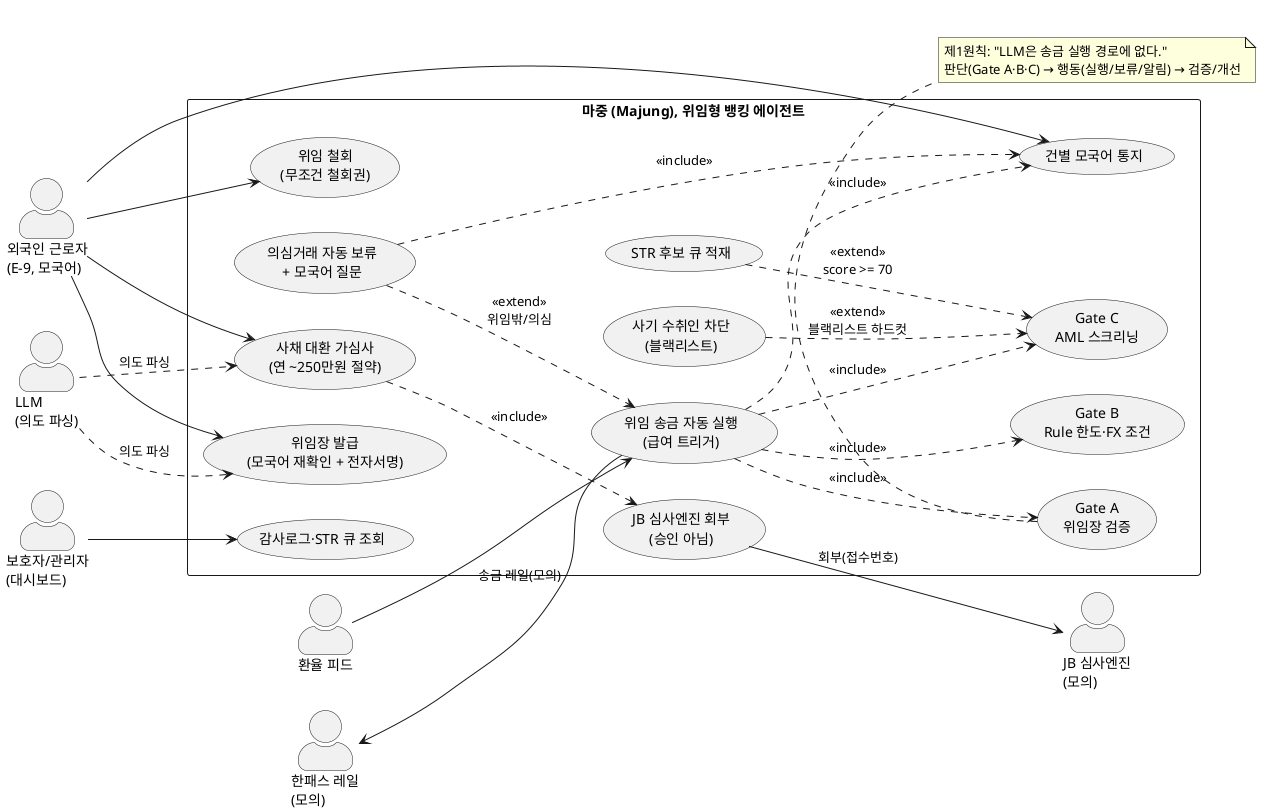
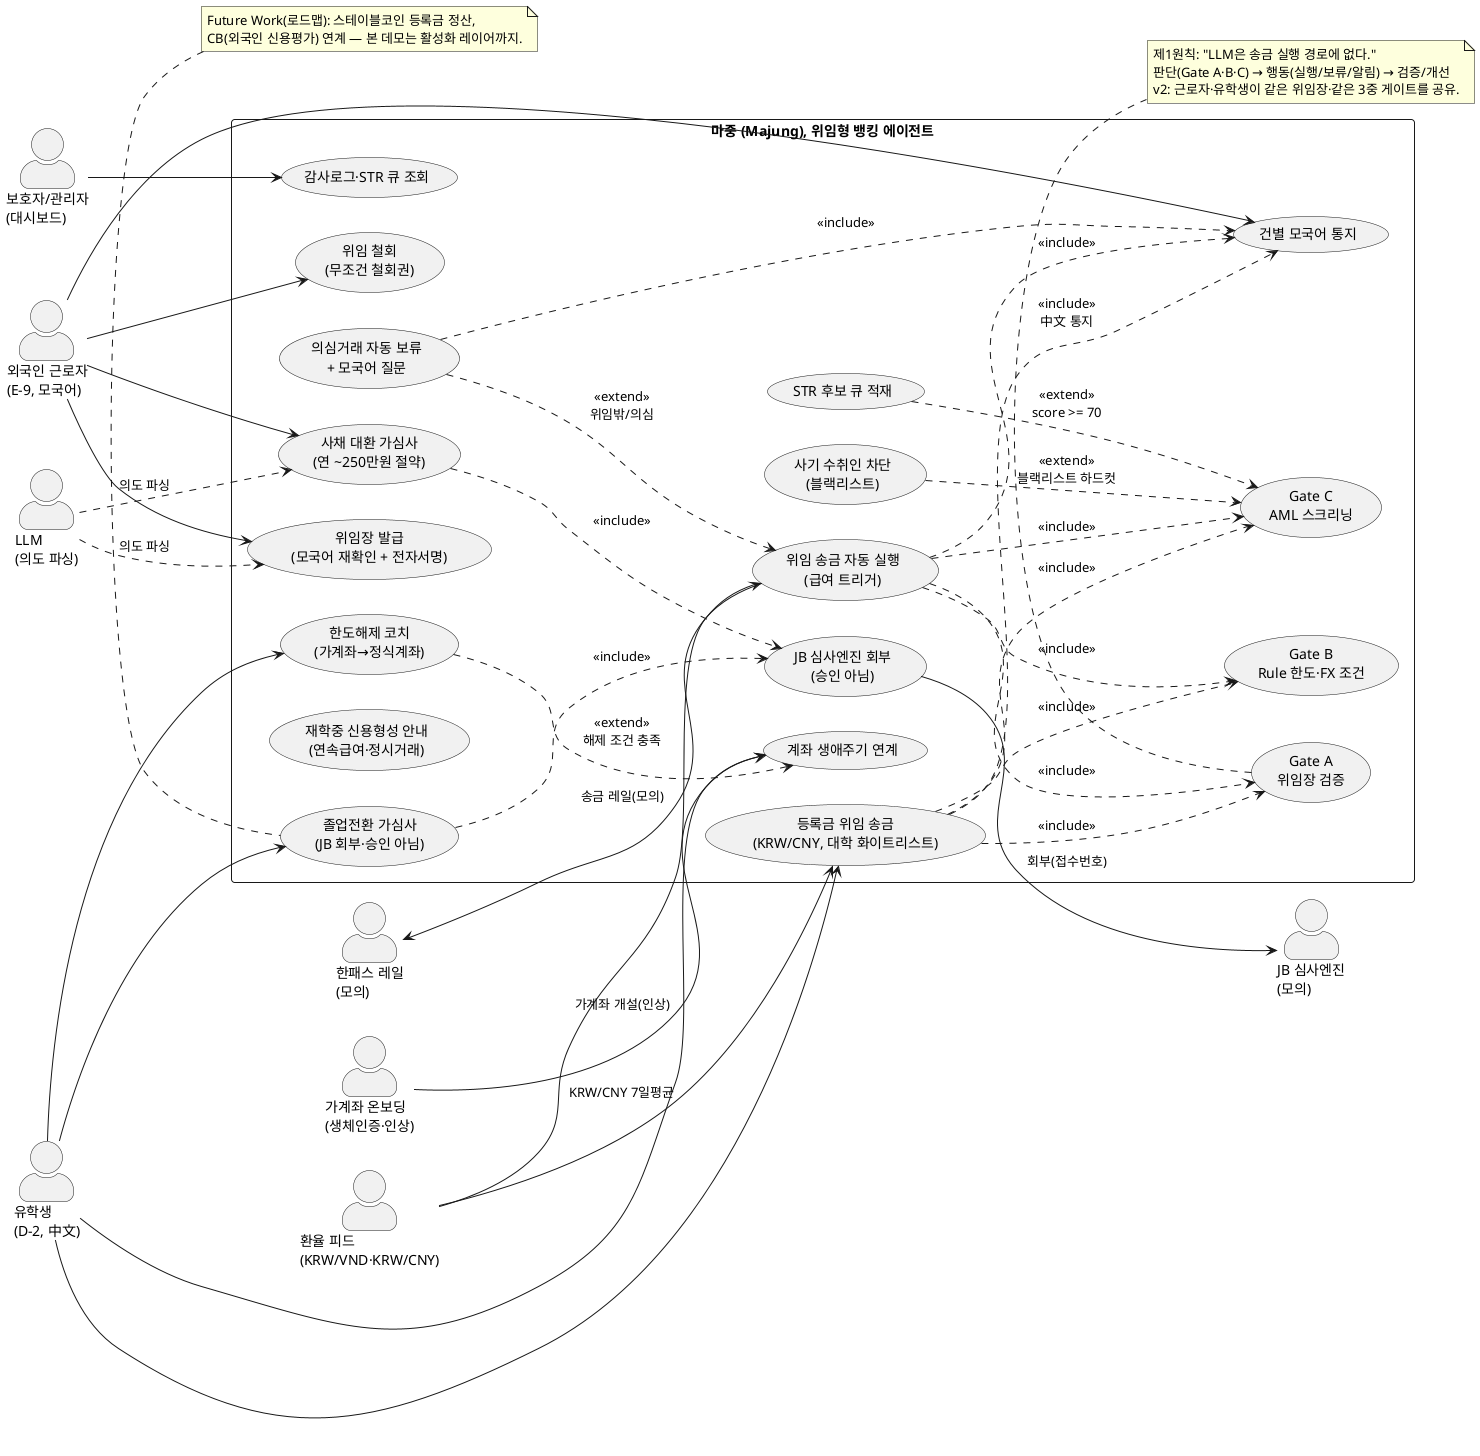
@startuml 마중_유스케이스
' 마중(Majung) 유스케이스 다이어그램, 기능명세서 §4(주요 기능 흐름도)용
' 렌더: PlantUML (https://www.plantuml.com/plantuml) 또는 VS Code PlantUML 확장
left to right direction
skinparam packageStyle rectangle
skinparam actorStyle awesome

actor "외국인 근로자\n(E-9, 모국어)" as User
+ actor "유학생\n(D-2, 中文)" as Student
actor "보호자/관리자\n(대시보드)" as Admin

- actor "환율 피드" as FX
+ actor "환율 피드\n(KRW/VND·KRW/CNY)" as FX
actor "한패스 레일\n(모의)" as Hanpass
actor "JB 심사엔진\n(모의)" as JBEngine
+ actor "가계좌 온보딩\n(생체인증·인상)" as Onboard
actor "LLM\n(의도 파싱)" as LLM

rectangle "마중 (Majung), 위임형 뱅킹 에이전트" {

  ' ── 1단계: 위임 송금 ──
  usecase "위임장 발급\n(모국어 재확인 + 전자서명)" as UC1
  usecase "위임 송금 자동 실행\n(급여 트리거)" as UC2
  usecase "의심거래 자동 보류\n+ 모국어 질문" as UC3
  usecase "사기 수취인 차단\n(블랙리스트)" as UC4
  usecase "위임 철회\n(무조건 철회권)" as UC5
  usecase "건별 모국어 통지" as UC6

  ' ── 3중 게이트 (include) ──
  usecase "Gate A\n위임장 검증" as GA
  usecase "Gate B\nRule 한도·FX 조건" as GB
  usecase "Gate C\nAML 스크리닝" as GC
  usecase "STR 후보 큐 적재" as UCSTR

  ' ── 2단계: 신용 사다리 ──
  usecase "사채 대환 가심사\n(연 ~250만원 절약)" as UC7
  usecase "JB 심사엔진 회부\n(승인 아님)" as UC8
+ 
+   ' ── v2 유학생 세그먼트 (같은 엔진, 두 입구) ──
+   usecase "등록금 위임 송금\n(KRW/CNY, 대학 화이트리스트)" as SUC1
+   usecase "한도해제 코치\n(가계좌→정식계좌)" as SUC2
+   usecase "재학중 신용형성 안내\n(연속급여·정시거래)" as SUC3
+   usecase "졸업전환 가심사\n(JB 회부·승인 아님)" as SUC4
+   usecase "계좌 생애주기 연계" as SUC5

  ' ── 관리/설명가능성 ──
  usecase "감사로그·STR 큐 조회" as UC9
}

' 주체(Primary)
User --> UC1
User --> UC5
User --> UC6
User --> UC7
Admin --> UC9

' 트리거(이벤트)
FX --> UC2
Hanpass <-- UC2 : 송금 레일(모의)

' LLM은 의도 파싱만, 실행 경로에 없음
LLM ..> UC1 : 의도 파싱
LLM ..> UC7 : 의도 파싱

' 송금 자동 실행은 3중 게이트를 반드시 포함
UC2 ..> GA : <<include>>
UC2 ..> GB : <<include>>
UC2 ..> GC : <<include>>

' 예외 분기(extend)
UC3 ..> UC2 : <<extend>>\n위임밖/의심
UC4 ..> GC : <<extend>>\n블랙리스트 하드컷
UCSTR ..> GC : <<extend>>\nscore >= 70

' 2단계 흐름
UC7 ..> UC8 : <<include>>
UC8 --> JBEngine : 회부(접수번호)

' 통지
UC2 ..> UC6 : <<include>>
UC3 ..> UC6 : <<include>>

+ ' ── v2 유학생: 같은 위임장·같은 3중 게이트를 공유한다(두 입구, 한 엔진) ──
+ Student --> SUC1
+ Student --> SUC2
+ Student --> SUC4
+ Student --> SUC5
+ Onboard --> SUC5 : 가계좌 개설(인상)
+ FX --> SUC1 : KRW/CNY 7일평균
+ 
+ ' 등록금 송금도 송금 자동 실행과 동일한 3중 게이트를 반드시 포함
+ SUC1 ..> GA : <<include>>
+ SUC1 ..> GB : <<include>>
+ SUC1 ..> GC : <<include>>
+ SUC1 ..> UC6 : <<include>>\n中文 통지
+ 
+ ' 졸업전환 가심사는 기존 JB 회부 경로 재사용
+ SUC4 ..> UC8 : <<include>>
+ SUC2 ..> SUC5 : <<extend>>\n해제 조건 충족
+ 
note bottom of GA
  제1원칙: "LLM은 송금 실행 경로에 없다."
  판단(Gate A·B·C) → 행동(실행/보류/알림) → 검증/개선
+   v2: 근로자·유학생이 같은 위임장·같은 3중 게이트를 공유.
+ end note
+ 
+ note top of SUC4
+   Future Work(로드맵): 스테이블코인 등록금 정산,
+   CB(외국인 신용평가) 연계 — 본 데모는 활성화 레이어까지.
end note
@enduml
